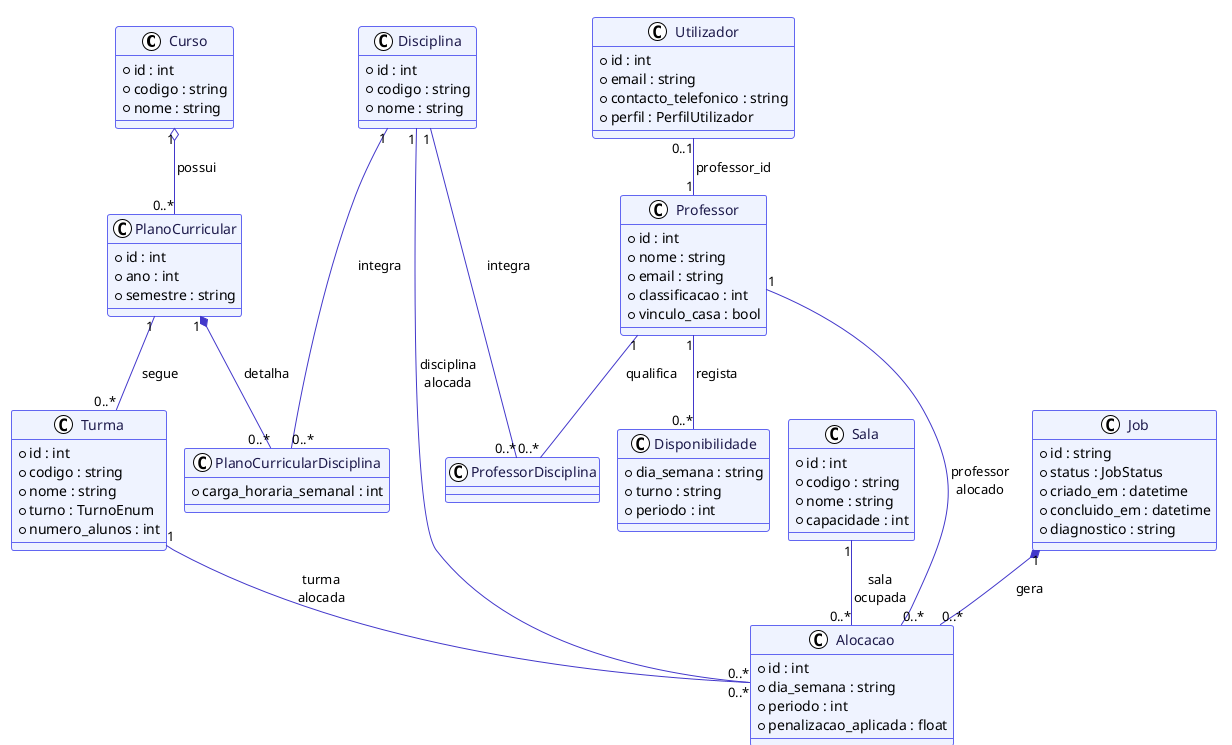
Before: docs/media/diagrama_classes.png, a diagram exported from PlantUML (CristianoLourenco/timetable_problem_isaf).
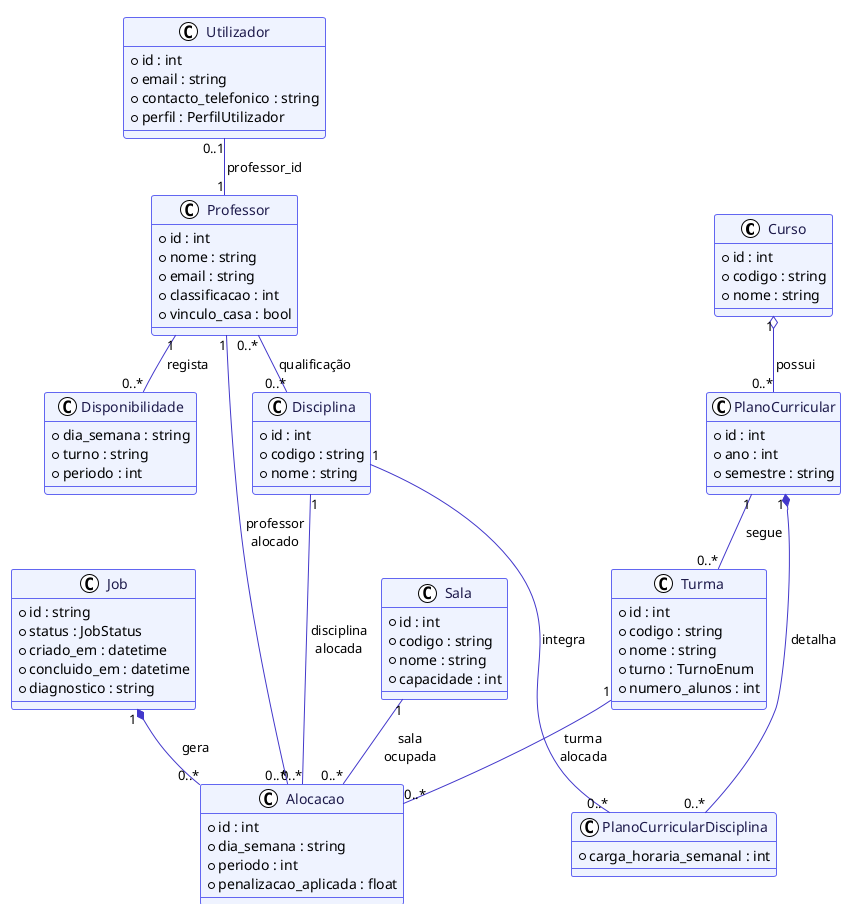
Above is the later version.

Commit message:
docs(classes): remove ProfessorDisciplina — classe sem atributos não é válida

Um many-to-many sem dados próprios modela-se como associação direta
Professor--Disciplina, não como classe associativa vazia. A tabela de
junção continua a existir fisicamente (ver DER) — só deixa de ser uma
classe própria no diagrama conceptual.

The edit, as a diff of the source:
```diff
@@ -54,8 +54,6 @@
   +vinculo_casa : bool
 }
 
-class ProfessorDisciplina
-
 class Disponibilidade {
   +dia_semana : string
   +turno : string
@@ -89,8 +87,7 @@
 Disciplina "1" --- "0..*" PlanoCurricularDisciplina : integra
 PlanoCurricular "1" -- "0..*" Turma : segue
 
-Professor "1" -- "0..*" ProfessorDisciplina : qualifica
-Disciplina "1" --- "0..*" ProfessorDisciplina : integra
+Professor "0..*" -- "0..*" Disciplina : qualificação
 Professor "1" -- "0..*" Disponibilidade : regista
 Utilizador "0..1" -- "1" Professor : professor_id
 
```
